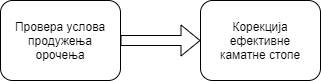
Before: diagram4.png, a diagram exported from draw.io (draganagrbic998/sbnz). Source tidied: cells renumbered, new cells last; positions are measured from the earlier drawing's top-left corner, leaving out a move shared by most shapes. Source of this version:
```xml
<mxGraphModel>
  <root>
    <mxCell id="0" />
    <mxCell id="1" parent="0" />
    <mxCell id="2" style="rounded=1;whiteSpace=wrap;html=1;" parent="1" vertex="1">
      <mxGeometry width="120" height="80" as="geometry" />
    </mxCell>
    <mxCell id="3" value="Провера услова продужења орочења" style="text;html=1;strokeColor=none;fillColor=none;align=center;verticalAlign=middle;whiteSpace=wrap;rounded=0;" parent="1" vertex="1">
      <mxGeometry x="10" y="15" width="100" height="50" as="geometry" />
    </mxCell>
    <mxCell id="4" style="rounded=1;whiteSpace=wrap;html=1;" parent="1" vertex="1">
      <mxGeometry x="200" width="120" height="80" as="geometry" />
    </mxCell>
    <mxCell id="5" value="Корекција ефективне каматне стопе" style="text;html=1;strokeColor=none;fillColor=none;align=center;verticalAlign=middle;whiteSpace=wrap;rounded=0;" parent="1" vertex="1">
      <mxGeometry x="210" y="15" width="100" height="50" as="geometry" />
    </mxCell>
    <mxCell id="6" style="shape=flexArrow;endArrow=classic;html=1;exitX=1;exitY=0.5;exitDx=0;exitDy=0;entryX=0;entryY=0.5;entryDx=0;entryDy=0;" parent="1" edge="1" source="2" target="4">
      <mxGeometry relative="1" as="geometry" />
    </mxCell>
  </root>
</mxGraphModel>
```
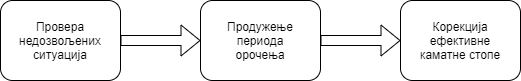
The same file after the commit.

The edit, as a diff of the source:
```diff
@@ -2,20 +2,29 @@
   <root>
     <mxCell id="0" />
     <mxCell id="1" parent="0" />
-    <mxCell id="2" style="rounded=1;whiteSpace=wrap;html=1;" parent="1" vertex="1">
-      <mxGeometry width="120" height="80" as="geometry" />
-    </mxCell>
-    <mxCell id="3" value="Провера услова продужења орочења" style="text;html=1;strokeColor=none;fillColor=none;align=center;verticalAlign=middle;whiteSpace=wrap;rounded=0;" parent="1" vertex="1">
-      <mxGeometry x="10" y="15" width="100" height="50" as="geometry" />
-    </mxCell>
-    <mxCell id="4" style="rounded=1;whiteSpace=wrap;html=1;" parent="1" vertex="1">
-      <mxGeometry x="200" width="120" height="80" as="geometry" />
-    </mxCell>
+    <mxCell id="7" style="rounded=1;whiteSpace=wrap;html=1;" parent="1" vertex="1">
+      <mxGeometry x="-205" y="-7.5" width="120" height="80" as="geometry" />
+    </mxCell>
+    <mxCell id="8" value="Провера недозвољених ситуација" style="text;html=1;strokeColor=none;fillColor=none;align=center;verticalAlign=middle;whiteSpace=wrap;rounded=0;" parent="1" vertex="1">
+      <mxGeometry x="-175" y="17.5" width="60" height="30" as="geometry" />
+    </mxCell>
+    <mxCell id="9" style="rounded=1;whiteSpace=wrap;html=1;" parent="1" vertex="1">
+      <mxGeometry x="-5" y="-7.5" width="120" height="80" as="geometry" />
+    </mxCell>
+    <mxCell id="10" value="Продужење периода орочења" style="text;html=1;strokeColor=none;fillColor=none;align=center;verticalAlign=middle;whiteSpace=wrap;rounded=0;" parent="1" vertex="1">
+      <mxGeometry x="35" y="25" width="40" height="15" as="geometry" />
+    </mxCell>
+    <mxCell id="11" style="rounded=1;whiteSpace=wrap;html=1;" parent="1" vertex="1">
+      <mxGeometry x="195" y="-7.5" width="120" height="80" as="geometry" />
+    </mxCell>
     <mxCell id="5" value="Корекција ефективне каматне стопе" style="text;html=1;strokeColor=none;fillColor=none;align=center;verticalAlign=middle;whiteSpace=wrap;rounded=0;" parent="1" vertex="1">
-      <mxGeometry x="210" y="15" width="100" height="50" as="geometry" />
+      <mxGeometry x="210" y="15" width="90" height="35" as="geometry" />
     </mxCell>
-    <mxCell id="6" style="shape=flexArrow;endArrow=classic;html=1;exitX=1;exitY=0.5;exitDx=0;exitDy=0;entryX=0;entryY=0.5;entryDx=0;entryDy=0;" parent="1" edge="1" source="2" target="4">
-      <mxGeometry relative="1" as="geometry" />
-    </mxCell>
+    <mxCell id="12" style="shape=flexArrow;endArrow=classic;html=1;exitX=1;exitY=0.5;exitDx=0;exitDy=0;entryX=0;entryY=0.5;entryDx=0;entryDy=0;" parent="1" edge="1" source="7" target="9">
+      <mxGeometry relative="1" as="geometry" />
+    </mxCell>
+    <mxCell id="13" style="shape=flexArrow;endArrow=classic;html=1;exitX=1;exitY=0.5;exitDx=0;exitDy=0;entryX=0;entryY=0.5;entryDx=0;entryDy=0;" parent="1" edge="1" source="9" target="11">
+      <mxGeometry relative="1" as="geometry" />
+    </mxCell>
   </root>
 </mxGraphModel>
```
